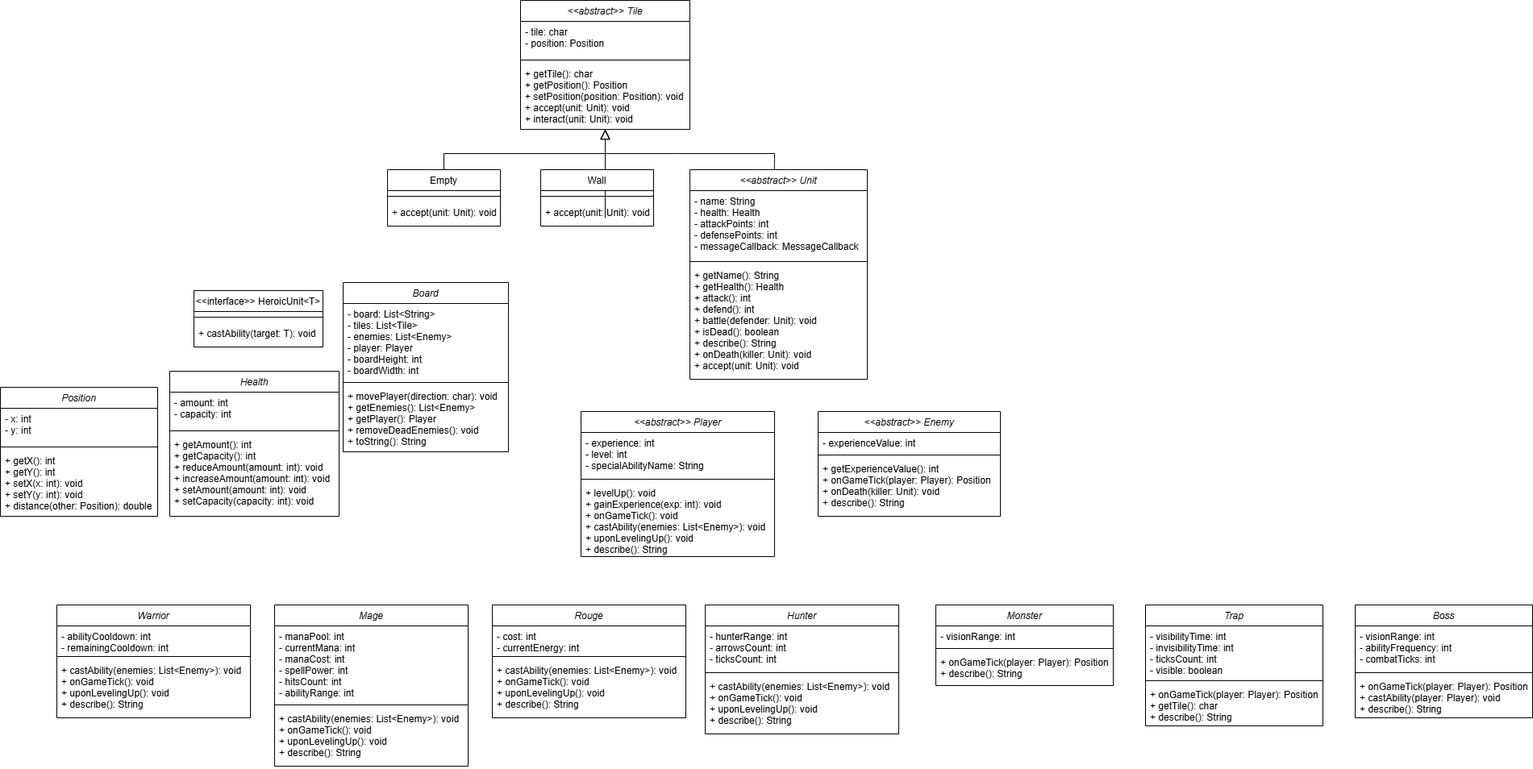
Above: assets/d&d.drawio.png in morshay1/dungeons-and-dragons (draw.io), before the change. Source tidied: cells renumbered, new cells last; positions are measured from the earlier drawing's top-left corner, leaving out a move shared by most shapes.
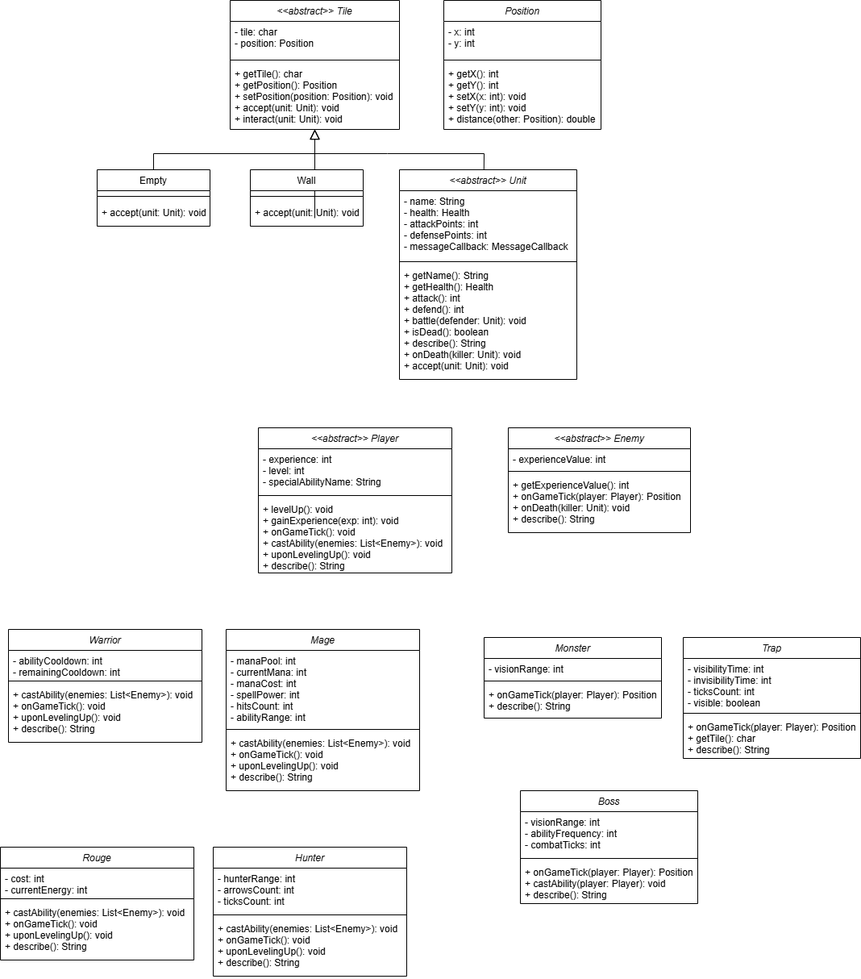
Later version of the same file.

Diff of the diagram source:
```diff
@@ -67,7 +67,7 @@
       <mxGeometry y="118" width="220" height="142" as="geometry" />
     </mxCell>
     <mxCell id="19" value="&lt;&lt;abstract&gt;&gt; Player" style="swimlane;fontStyle=2;align=center;verticalAlign=top;horizontal=1;startSize=26;rounded=0;shadow=0;strokeWidth=1;" parent="1" vertex="1">
-      <mxGeometry x="720" y="510" width="240" height="180" as="geometry" />
+      <mxGeometry x="680" y="530" width="240" height="180" as="geometry" />
     </mxCell>
     <mxCell id="20" value="- experience: int&#10;- level: int&#10;- specialAbilityName: String" style="text;align=left;verticalAlign=top;spacingLeft=4;spacingRight=4;overflow=hidden;rounded=0;shadow=0;html=0;" parent="19" vertex="1">
       <mxGeometry y="26" width="240" height="54" as="geometry" />
@@ -79,7 +79,7 @@
       <mxGeometry y="88" width="240" height="92" as="geometry" />
     </mxCell>
     <mxCell id="23" value="&lt;&lt;abstract&gt;&gt; Enemy" style="swimlane;fontStyle=2;align=center;verticalAlign=top;horizontal=1;startSize=26;rounded=0;shadow=0;strokeWidth=1;" parent="1" vertex="1">
-      <mxGeometry x="1014" y="510" width="226" height="130" as="geometry" />
+      <mxGeometry x="990" y="530" width="226" height="130" as="geometry" />
     </mxCell>
     <mxCell id="24" value="- experienceValue: int&#10;" style="text;align=left;verticalAlign=top;spacingLeft=4;spacingRight=4;overflow=hidden;rounded=0;shadow=0;html=0;" parent="23" vertex="1">
       <mxGeometry y="26" width="226" height="24" as="geometry" />
@@ -91,7 +91,7 @@
       <mxGeometry y="58" width="226" height="72" as="geometry" />
     </mxCell>
     <mxCell id="27" value="Warrior" style="swimlane;fontStyle=2;align=center;verticalAlign=top;horizontal=1;startSize=26;rounded=0;shadow=0;strokeWidth=1;" parent="1" vertex="1">
-      <mxGeometry x="70" y="750" width="240" height="140" as="geometry" />
+      <mxGeometry x="370" y="780" width="240" height="140" as="geometry" />
     </mxCell>
     <mxCell id="28" value="- abilityCooldown: int&#10;- remainingCooldown: int" style="text;align=left;verticalAlign=top;spacingLeft=4;spacingRight=4;overflow=hidden;rounded=0;shadow=0;html=0;" parent="27" vertex="1">
       <mxGeometry y="26" width="240" height="34" as="geometry" />
@@ -103,7 +103,7 @@
       <mxGeometry y="68" width="240" height="72" as="geometry" />
     </mxCell>
     <mxCell id="31" value="Mage" style="swimlane;fontStyle=2;align=center;verticalAlign=top;horizontal=1;startSize=26;rounded=0;shadow=0;strokeWidth=1;" parent="1" vertex="1">
-      <mxGeometry x="340" y="750" width="240" height="200" as="geometry" />
+      <mxGeometry x="640" y="780" width="240" height="200" as="geometry" />
     </mxCell>
     <mxCell id="32" value="- manaPool: int&#10;- currentMana: int&#10;- manaCost: int&#10;- spellPower: int&#10;- hitsCount: int&#10;- abilityRange: int" style="text;align=left;verticalAlign=top;spacingLeft=4;spacingRight=4;overflow=hidden;rounded=0;shadow=0;html=0;" parent="31" vertex="1">
       <mxGeometry y="26" width="240" height="94" as="geometry" />
@@ -115,7 +115,7 @@
       <mxGeometry y="128" width="240" height="72" as="geometry" />
     </mxCell>
     <mxCell id="35" value="Rouge" style="swimlane;fontStyle=2;align=center;verticalAlign=top;horizontal=1;startSize=26;rounded=0;shadow=0;strokeWidth=1;" parent="1" vertex="1">
-      <mxGeometry x="610" y="750" width="240" height="140" as="geometry" />
+      <mxGeometry x="360" y="1050" width="240" height="140" as="geometry" />
     </mxCell>
     <mxCell id="36" value="- cost: int&#10;- currentEnergy: int" style="text;align=left;verticalAlign=top;spacingLeft=4;spacingRight=4;overflow=hidden;rounded=0;shadow=0;html=0;" parent="35" vertex="1">
       <mxGeometry y="26" width="240" height="34" as="geometry" />
@@ -127,7 +127,7 @@
       <mxGeometry y="68" width="240" height="72" as="geometry" />
     </mxCell>
     <mxCell id="39" value="Hunter" style="swimlane;fontStyle=2;align=center;verticalAlign=top;horizontal=1;startSize=26;rounded=0;shadow=0;strokeWidth=1;" parent="1" vertex="1">
-      <mxGeometry x="874" y="750" width="240" height="160" as="geometry" />
+      <mxGeometry x="624" y="1050" width="240" height="160" as="geometry" />
     </mxCell>
     <mxCell id="40" value="- hunterRange: int&#10;- arrowsCount: int&#10;- ticksCount: int" style="text;align=left;verticalAlign=top;spacingLeft=4;spacingRight=4;overflow=hidden;rounded=0;shadow=0;html=0;" parent="39" vertex="1">
       <mxGeometry y="26" width="240" height="54" as="geometry" />
@@ -139,7 +139,7 @@
       <mxGeometry y="88" width="240" height="72" as="geometry" />
     </mxCell>
     <mxCell id="43" value="Monster" style="swimlane;fontStyle=2;align=center;verticalAlign=top;horizontal=1;startSize=26;rounded=0;shadow=0;strokeWidth=1;" parent="1" vertex="1">
-      <mxGeometry x="1160" y="750" width="220" height="100" as="geometry" />
+      <mxGeometry x="960" y="790" width="220" height="100" as="geometry" />
     </mxCell>
     <mxCell id="44" value="- visionRange: int" style="text;align=left;verticalAlign=top;spacingLeft=4;spacingRight=4;overflow=hidden;rounded=0;shadow=0;html=0;" parent="43" vertex="1">
       <mxGeometry y="26" width="220" height="24" as="geometry" />
@@ -151,7 +151,7 @@
       <mxGeometry y="58" width="220" height="42" as="geometry" />
     </mxCell>
     <mxCell id="47" value="Trap" style="swimlane;fontStyle=2;align=center;verticalAlign=top;horizontal=1;startSize=26;rounded=0;shadow=0;strokeWidth=1;" parent="1" vertex="1">
-      <mxGeometry x="1420" y="750" width="220" height="150" as="geometry" />
+      <mxGeometry x="1207" y="790" width="220" height="150" as="geometry" />
     </mxCell>
     <mxCell id="48" value="- visibilityTime: int&#10;- invisibilityTime: int&#10;- ticksCount: int&#10;- visible: boolean" style="text;align=left;verticalAlign=top;spacingLeft=4;spacingRight=4;overflow=hidden;rounded=0;shadow=0;html=0;" parent="47" vertex="1">
       <mxGeometry y="26" width="220" height="64" as="geometry" />
@@ -163,7 +163,7 @@
       <mxGeometry y="98" width="220" height="52" as="geometry" />
     </mxCell>
     <mxCell id="51" value="Boss" style="swimlane;fontStyle=2;align=center;verticalAlign=top;horizontal=1;startSize=26;rounded=0;shadow=0;strokeWidth=1;" parent="1" vertex="1">
-      <mxGeometry x="1680" y="750" width="220" height="140" as="geometry" />
+      <mxGeometry x="1005" y="980" width="220" height="140" as="geometry" />
     </mxCell>
     <mxCell id="52" value="- visionRange: int&#10;- abilityFrequency: int&#10;- combatTicks: int" style="text;align=left;verticalAlign=top;spacingLeft=4;spacingRight=4;overflow=hidden;rounded=0;shadow=0;html=0;" parent="51" vertex="1">
       <mxGeometry y="26" width="220" height="54" as="geometry" />
@@ -174,29 +174,8 @@
     <mxCell id="54" value="+ onGameTick(player: Player): Position&#10;+ castAbility(player: Player): void&#10;+ describe(): String&#10;&#10;&#10;&#10;&#10;&#10;&#10;" style="text;align=left;verticalAlign=top;spacingLeft=4;spacingRight=4;overflow=hidden;" parent="51" vertex="1">
       <mxGeometry y="88" width="220" height="52" as="geometry" />
     </mxCell>
-    <mxCell id="55" value="&lt;&lt;interface&gt;&gt; HeroicUnit&lt;T&gt;" style="swimlane;fontStyle=0;align=center;verticalAlign=top;horizontal=1;startSize=26;rounded=0;shadow=0;strokeWidth=1;" parent="1" vertex="1">
-      <mxGeometry x="240" y="360" width="160" height="70" as="geometry" />
-    </mxCell>
-    <mxCell id="56" style="line;html=1;strokeWidth=1;align=left;verticalAlign=middle;spacingTop=-1;spacingLeft=3;spacingRight=3;labelPosition=right;" parent="55" vertex="1">
-      <mxGeometry y="26" width="160" height="14" as="geometry" />
-    </mxCell>
-    <mxCell id="57" value="+ castAbility(target: T): void&#10;&#10;&#10;&#10;&#10;" style="text;align=left;verticalAlign=top;spacingLeft=4;spacingRight=4;overflow=hidden;" parent="55" vertex="1">
-      <mxGeometry y="40" width="160" height="30" as="geometry" />
-    </mxCell>
-    <mxCell id="58" value="Board" style="swimlane;fontStyle=2;align=center;verticalAlign=top;horizontal=1;startSize=26;rounded=0;shadow=0;strokeWidth=1;" parent="1" vertex="1">
-      <mxGeometry x="425" y="350" width="205" height="210" as="geometry" />
-    </mxCell>
-    <mxCell id="59" value="- board: List&lt;String&gt;&#10;- tiles: List&lt;Tile&gt;&#10;- enemies: List&lt;Enemy&gt;&#10;- player: Player&#10;- boardHeight: int&#10;- boardWidth: int" style="text;align=left;verticalAlign=top;spacingLeft=4;spacingRight=4;overflow=hidden;rounded=0;shadow=0;html=0;" parent="58" vertex="1">
-      <mxGeometry y="26" width="205" height="94" as="geometry" />
-    </mxCell>
-    <mxCell id="60" style="line;html=1;strokeWidth=1;align=left;verticalAlign=middle;spacingTop=-1;spacingLeft=3;spacingRight=3;labelPosition=right;" parent="58" vertex="1">
-      <mxGeometry y="120" width="205" height="8" as="geometry" />
-    </mxCell>
-    <mxCell id="61" value="+ movePlayer(direction: char): void&#10;+ getEnemies(): List&lt;Enemy&gt;&#10;+ getPlayer(): Player&#10;+ removeDeadEnemies(): void&#10;+ toString(): String&#10;&#10;&#10;&#10;&#10;&#10;&#10;" style="text;align=left;verticalAlign=top;spacingLeft=4;spacingRight=4;overflow=hidden;" parent="58" vertex="1">
-      <mxGeometry y="128" width="205" height="82" as="geometry" />
-    </mxCell>
     <mxCell id="62" value="Position" style="swimlane;fontStyle=2;align=center;verticalAlign=top;horizontal=1;startSize=26;rounded=0;shadow=0;strokeWidth=1;" parent="1" vertex="1">
-      <mxGeometry y="480" width="195" height="160" as="geometry" />
+      <mxGeometry x="910" width="195" height="160" as="geometry" />
     </mxCell>
     <mxCell id="63" value="- x: int&#10;- y: int" style="text;align=left;verticalAlign=top;spacingLeft=4;spacingRight=4;overflow=hidden;rounded=0;shadow=0;html=0;" parent="62" vertex="1">
       <mxGeometry y="26" width="195" height="44" as="geometry" />
@@ -207,17 +186,5 @@
     <mxCell id="65" value="+ getX(): int&#10;+ getY(): int&#10;+ setX(x: int): void&#10;+ setY(y: int): void&#10;+ distance(other: Position): double&#10;&#10;&#10;&#10;&#10;&#10;&#10;" style="text;align=left;verticalAlign=top;spacingLeft=4;spacingRight=4;overflow=hidden;" parent="62" vertex="1">
       <mxGeometry y="78" width="195" height="82" as="geometry" />
     </mxCell>
-    <mxCell id="66" value="Health" style="swimlane;fontStyle=2;align=center;verticalAlign=top;horizontal=1;startSize=26;rounded=0;shadow=0;strokeWidth=1;" parent="1" vertex="1">
-      <mxGeometry x="210" y="460" width="210" height="180" as="geometry" />
-    </mxCell>
-    <mxCell id="67" value="- amount: int&#10;- capacity: int" style="text;align=left;verticalAlign=top;spacingLeft=4;spacingRight=4;overflow=hidden;rounded=0;shadow=0;html=0;" parent="66" vertex="1">
-      <mxGeometry y="26" width="210" height="44" as="geometry" />
-    </mxCell>
-    <mxCell id="68" style="line;html=1;strokeWidth=1;align=left;verticalAlign=middle;spacingTop=-1;spacingLeft=3;spacingRight=3;labelPosition=right;" parent="66" vertex="1">
-      <mxGeometry y="70" width="210" height="8" as="geometry" />
-    </mxCell>
-    <mxCell id="69" value="+ getAmount(): int&#10;+ getCapacity(): int&#10;+ reduceAmount(amount: int): void&#10;+ increaseAmount(amount: int): void&#10;+ setAmount(amount: int): void&#10;+ setCapacity(capacity: int): void&#10;&#10;&#10;&#10;&#10;&#10;&#10;" style="text;align=left;verticalAlign=top;spacingLeft=4;spacingRight=4;overflow=hidden;" parent="66" vertex="1">
-      <mxGeometry y="78" width="210" height="102" as="geometry" />
-    </mxCell>
   </root>
 </mxGraphModel>
```
